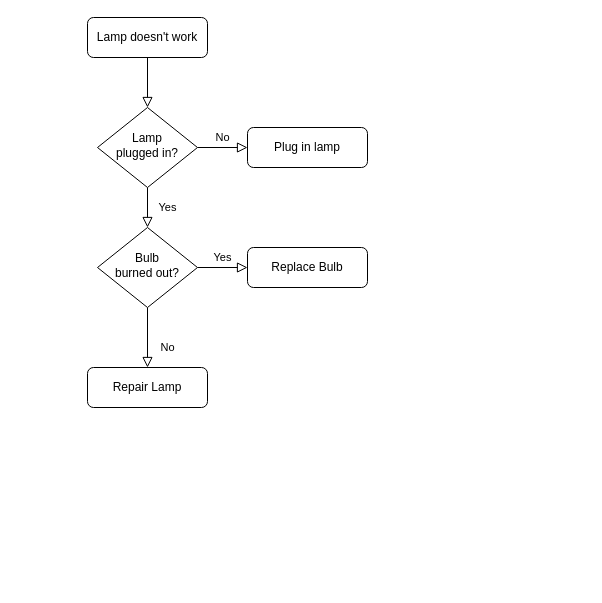
zhoufengen/drawio keeps this draw.io diagram as 未命名绘图.drawio. Above is the earlier version. Source tidied: cells renumbered, new cells numbered last; positions are measured from the earlier drawing's top-left corner, leaving out a move shared by most shapes. Both pictures are drawn from the tidied source at 100%, with x=0, y=0 at pixel (87, 17).
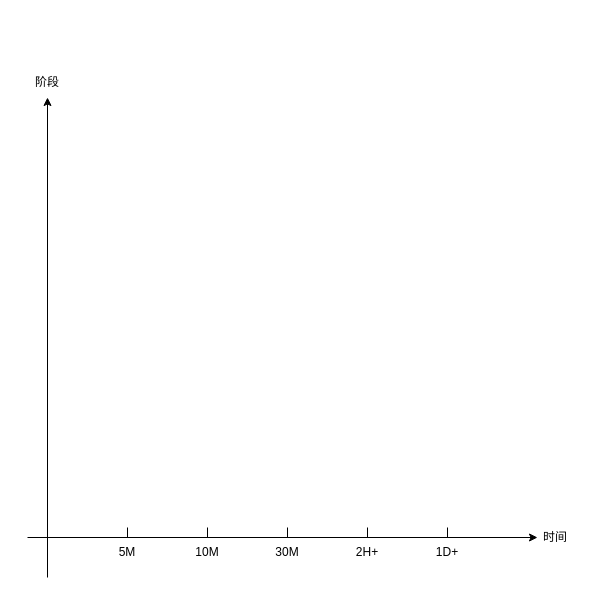
The same diagram, later.

Commit message (it also covers changes not shown here):
更新未命名绘图.drawio

The edit, as a diff of the source:
```diff
@@
-    <mxCell id="2" style="rounded=0;html=1;jettySize=auto;fontSize=11;endArrow=block;endFill=0;endSize=8;strokeWidth=1;shadow=0;labelBackgroundColor=none;edgeStyle=orthogonalEdgeStyle;" parent="1" edge="1" source="3" target="6">
-      <mxGeometry relative="1" as="geometry" />
+    <mxCell id="2" style="rounded=0;html=1;jettySize=auto;orthogonalLoop=1;fontSize=11;endArrow=block;endFill=0;endSize=8;strokeWidth=1;shadow=0;labelBackgroundColor=none;edgeStyle=orthogonalEdgeStyle;" parent="1" edge="1">
+      <mxGeometry relative="1" as="geometry">
+        <mxPoint x="60" y="90" as="targetPoint" />
+      </mxGeometry>
     </mxCell>
-    <mxCell id="3" value="Lamp doesn't work" style="rounded=1;whiteSpace=wrap;html=1;fontSize=12;glass=0;strokeWidth=1;shadow=0;" parent="1" vertex="1">
-      <mxGeometry width="120" height="40" as="geometry" />
-    </mxCell>
-    <mxCell id="4" value="Yes" style="rounded=0;html=1;jettySize=auto;fontSize=11;endArrow=block;endFill=0;endSize=8;strokeWidth=1;shadow=0;labelBackgroundColor=none;edgeStyle=orthogonalEdgeStyle;" parent="1" edge="1" source="6" target="10">
-      <mxGeometry y="20" relative="1" as="geometry" />
+    <mxCell id="4" value="Yes" style="rounded=0;html=1;jettySize=auto;orthogonalLoop=1;fontSize=11;endArrow=block;endFill=0;endSize=8;strokeWidth=1;shadow=0;labelBackgroundColor=none;edgeStyle=orthogonalEdgeStyle;" parent="1" edge="1">
+      <mxGeometry y="20" relative="1" as="geometry">
+        <mxPoint x="60" y="210" as="targetPoint" />
+      </mxGeometry>
     </mxCell>
-    <mxCell id="5" value="No" style="edgeStyle=orthogonalEdgeStyle;rounded=0;html=1;jettySize=auto;fontSize=11;endArrow=block;endFill=0;endSize=8;strokeWidth=1;shadow=0;labelBackgroundColor=none;" parent="1" edge="1" source="6" target="7">
-      <mxGeometry y="10" relative="1" as="geometry" />
+    <mxCell id="5" value="No" style="edgeStyle=orthogonalEdgeStyle;rounded=0;html=1;jettySize=auto;orthogonalLoop=1;fontSize=11;endArrow=block;endFill=0;endSize=8;strokeWidth=1;shadow=0;labelBackgroundColor=none;" parent="1" edge="1">
+      <mxGeometry y="10" relative="1" as="geometry">
+        <mxPoint x="110" y="130" as="sourcePoint" />
+      </mxGeometry>
     </mxCell>
-    <mxCell id="6" value="Lamp&lt;br&gt;plugged in?" style="rhombus;whiteSpace=wrap;html=1;shadow=0;fontFamily=Helvetica;fontSize=12;align=center;strokeWidth=1;spacing=6;spacingTop=-4;" parent="1" vertex="1">
-      <mxGeometry x="10" y="90" width="100" height="80" as="geometry" />
-    </mxCell>
-    <mxCell id="7" value="Plug in lamp" style="rounded=1;whiteSpace=wrap;html=1;fontSize=12;glass=0;strokeWidth=1;shadow=0;" parent="1" vertex="1">
-      <mxGeometry x="160" y="110" width="120" height="40" as="geometry" />
-    </mxCell>
-    <mxCell id="8" value="No" style="rounded=0;html=1;jettySize=auto;fontSize=11;endArrow=block;endFill=0;endSize=8;strokeWidth=1;shadow=0;labelBackgroundColor=none;edgeStyle=orthogonalEdgeStyle;" parent="1" edge="1" source="10" target="11">
-      <mxGeometry x="0.33" y="20" relative="1" as="geometry" />
+    <mxCell id="8" value="No" style="rounded=0;html=1;jettySize=auto;orthogonalLoop=1;fontSize=11;endArrow=block;endFill=0;endSize=8;strokeWidth=1;shadow=0;labelBackgroundColor=none;edgeStyle=orthogonalEdgeStyle;" parent="1" edge="1">
+      <mxGeometry x="0.33" y="20" relative="1" as="geometry">
+        <mxPoint x="60" y="350" as="targetPoint" />
+      </mxGeometry>
     </mxCell>
-    <mxCell id="9" value="Yes" style="edgeStyle=orthogonalEdgeStyle;rounded=0;html=1;jettySize=auto;fontSize=11;endArrow=block;endFill=0;endSize=8;strokeWidth=1;shadow=0;labelBackgroundColor=none;" parent="1" edge="1" source="10" target="12">
-      <mxGeometry y="10" relative="1" as="geometry" />
+    <mxCell id="9" value="Yes" style="edgeStyle=orthogonalEdgeStyle;rounded=0;html=1;jettySize=auto;orthogonalLoop=1;fontSize=11;endArrow=block;endFill=0;endSize=8;strokeWidth=1;shadow=0;labelBackgroundColor=none;" parent="1" edge="1">
+      <mxGeometry y="10" relative="1" as="geometry">
+        <mxPoint x="110" y="250" as="sourcePoint" />
+      </mxGeometry>
     </mxCell>
-    <mxCell id="10" value="Bulb&lt;br&gt;burned out?" style="rhombus;whiteSpace=wrap;html=1;shadow=0;fontFamily=Helvetica;fontSize=12;align=center;strokeWidth=1;spacing=6;spacingTop=-4;" parent="1" vertex="1">
-      <mxGeometry x="10" y="210" width="100" height="80" as="geometry" />
-    </mxCell>
-    <mxCell id="11" value="Repair Lamp" style="rounded=1;whiteSpace=wrap;html=1;fontSize=12;glass=0;strokeWidth=1;shadow=0;" parent="1" vertex="1">
-      <mxGeometry y="350" width="120" height="40" as="geometry" />
-    </mxCell>
-    <mxCell id="12" value="Replace Bulb" style="rounded=1;whiteSpace=wrap;html=1;fontSize=12;glass=0;strokeWidth=1;shadow=0;" parent="1" vertex="1">
-      <mxGeometry x="160" y="230" width="120" height="40" as="geometry" />
-    </mxCell>
+    <mxCell id="13" style="endArrow=classic;html=1;rounded=0;" parent="1" edge="1">
+      <mxGeometry relative="1" as="geometry">
+        <mxPoint x="-40" y="560" as="sourcePoint" />
+        <mxPoint x="-40" y="80" as="targetPoint" />
+      </mxGeometry>
+    </mxCell>
+    <mxCell id="14" style="endArrow=classic;html=1;rounded=0;" parent="1" edge="1">
+      <mxGeometry relative="1" as="geometry">
+        <mxPoint x="-60" y="520" as="sourcePoint" />
+        <mxPoint x="450" y="520" as="targetPoint" />
+      </mxGeometry>
+    </mxCell>
+    <mxCell id="15" value="阶段" style="text;html=1;align=center;verticalAlign=middle;whiteSpace=wrap;rounded=0;" parent="1" vertex="1">
+      <mxGeometry x="-70" y="50" width="60" height="30" as="geometry" />
+    </mxCell>
+    <mxCell id="16" value="时间" style="text;html=1;align=center;verticalAlign=middle;whiteSpace=wrap;rounded=0;" parent="1" vertex="1">
+      <mxGeometry x="438" y="505" width="60" height="30" as="geometry" />
+    </mxCell>
+    <mxCell id="17" value="5M" style="text;html=1;align=center;verticalAlign=middle;whiteSpace=wrap;rounded=0;" parent="1" vertex="1">
+      <mxGeometry x="10" y="520" width="60" height="30" as="geometry" />
+    </mxCell>
+    <mxCell id="18" value="10M" style="text;html=1;align=center;verticalAlign=middle;whiteSpace=wrap;rounded=0;" parent="1" vertex="1">
+      <mxGeometry x="90" y="520" width="60" height="30" as="geometry" />
+    </mxCell>
+    <mxCell id="19" style="endArrow=none;html=1;rounded=0;" parent="1" edge="1">
+      <mxGeometry relative="1" as="geometry">
+        <mxPoint x="40" y="520" as="sourcePoint" />
+        <mxPoint x="40" y="510" as="targetPoint" />
+        <Array as="points">
+          <mxPoint x="40" y="510" />
+        </Array>
+      </mxGeometry>
+    </mxCell>
+    <mxCell id="20" style="endArrow=none;html=1;rounded=0;" parent="1" edge="1">
+      <mxGeometry relative="1" as="geometry">
+        <mxPoint x="120" y="520" as="sourcePoint" />
+        <mxPoint x="120" y="510" as="targetPoint" />
+        <Array as="points">
+          <mxPoint x="120" y="510" />
+        </Array>
+      </mxGeometry>
+    </mxCell>
+    <mxCell id="21" style="endArrow=none;html=1;rounded=0;" parent="1" edge="1">
+      <mxGeometry relative="1" as="geometry">
+        <mxPoint x="200" y="520" as="sourcePoint" />
+        <mxPoint x="200" y="510" as="targetPoint" />
+        <Array as="points">
+          <mxPoint x="200" y="510" />
+        </Array>
+      </mxGeometry>
+    </mxCell>
+    <mxCell id="22" style="endArrow=none;html=1;rounded=0;" parent="1" edge="1">
+      <mxGeometry relative="1" as="geometry">
+        <mxPoint x="280" y="520" as="sourcePoint" />
+        <mxPoint x="280" y="510" as="targetPoint" />
+        <Array as="points">
+          <mxPoint x="280" y="510" />
+        </Array>
+      </mxGeometry>
+    </mxCell>
+    <mxCell id="23" style="endArrow=none;html=1;rounded=0;" parent="1" edge="1">
+      <mxGeometry relative="1" as="geometry">
+        <mxPoint x="360" y="520" as="sourcePoint" />
+        <mxPoint x="360" y="510" as="targetPoint" />
+        <Array as="points">
+          <mxPoint x="360" y="510" />
+        </Array>
+      </mxGeometry>
+    </mxCell>
+    <mxCell id="24" value="30M" style="text;html=1;align=center;verticalAlign=middle;whiteSpace=wrap;rounded=0;" parent="1" vertex="1">
+      <mxGeometry x="170" y="520" width="60" height="30" as="geometry" />
+    </mxCell>
+    <mxCell id="25" value="2H+" style="text;html=1;align=center;verticalAlign=middle;whiteSpace=wrap;rounded=0;" parent="1" vertex="1">
+      <mxGeometry x="250" y="520" width="60" height="30" as="geometry" />
+    </mxCell>
+    <mxCell id="26" value="1D+" style="text;html=1;align=center;verticalAlign=middle;whiteSpace=wrap;rounded=0;" parent="1" vertex="1">
+      <mxGeometry x="330" y="520" width="60" height="30" as="geometry" />
+    </mxCell>
```
